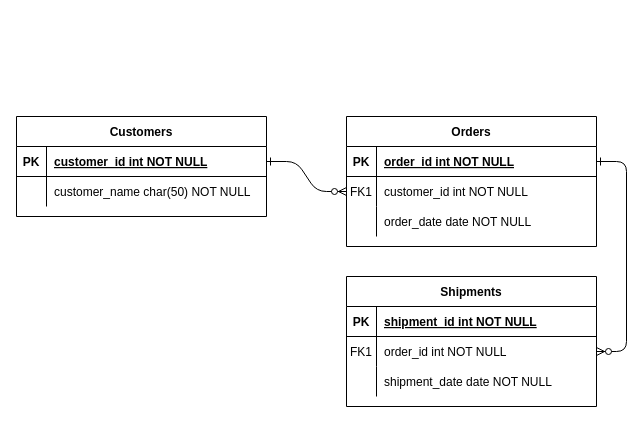
Before: Untitled Diagram.drawio in jumbogan/jumbo, a draw.io diagram. Source tidied: cells renumbered, new cells numbered last; positions are measured from the earlier drawing's top-left corner, leaving out a move shared by most shapes. Both pictures are drawn from the tidied source at 100%, with x=0, y=0 at pixel (16, 116).
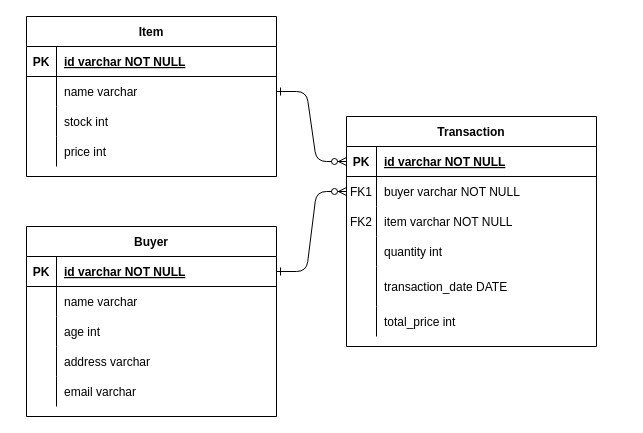
Above is the later version.

The change refers to these unchanged cells:
```xml
<mxCell id="5" style="shape=partialRectangle;fillColor=none;points=[[0,0.5],[1,0.5]];portConstraint=eastwest;top=0;left=0;right=0;bottom=1;" parent="4" vertex="1">
  <mxGeometry y="30" width="250" height="30" as="geometry" />
</mxCell>
<mxCell id="8" style="shape=partialRectangle;fillColor=none;points=[[0,0.5],[1,0.5]];portConstraint=eastwest;top=0;left=0;right=0;bottom=0;" parent="4" vertex="1">
  <mxGeometry y="60" width="250" height="30" as="geometry" />
</mxCell>
<mxCell id="11" style="shape=partialRectangle;fillColor=none;top=0;left=0;right=0;bottom=0;" parent="4" vertex="1">
  <mxGeometry y="90" width="250" height="30" as="geometry" />
</mxCell>
<mxCell id="15" style="shape=partialRectangle;fillColor=none;top=0;left=0;right=0;bottom=1;" parent="14" vertex="1">
  <mxGeometry y="30" width="250" height="30" as="geometry" />
</mxCell>
<mxCell id="18" style="shape=partialRectangle;fillColor=none;points=[[0,0.5],[1,0.5]];portConstraint=eastwest;top=0;left=0;right=0;bottom=0;" parent="14" vertex="1">
  <mxGeometry y="60" width="250" height="30" as="geometry" />
</mxCell>
<mxCell id="21" style="shape=partialRectangle;fillColor=none;top=0;left=0;right=0;bottom=0;" parent="14" vertex="1">
  <mxGeometry y="90" width="250" height="30" as="geometry" />
</mxCell>
```

The edit, as a diff of the source:
```diff
@@
-    <mxCell id="3" style="edgeStyle=entityRelationEdgeStyle;endArrow=ERzeroToMany;startArrow=ERone;endFill=1;startFill=0;" parent="1" edge="1" source="5" target="18">
+    <mxCell id="3" style="edgeStyle=entityRelationEdgeStyle;endArrow=ERone;startArrow=ERzeroToMany;endFill=0;startFill=1;" parent="1" edge="1" source="5" target="18">
       <mxGeometry relative="1" as="geometry" />
     </mxCell>
-    <mxCell id="4" value="Orders" style="shape=table;startSize=30;childLayout=tableLayout;rowLines=0;fontStyle=1;align=center;" parent="1" vertex="1">
-      <mxGeometry x="330" width="250" height="130" as="geometry" />
+    <mxCell id="4" value="Transaction" style="shape=table;startSize=30;childLayout=tableLayout;rowLines=0;fontStyle=1;align=center;" parent="1" vertex="1">
+      <mxGeometry x="330" width="250" height="230" as="geometry" />
     </mxCell>
@@
-    <mxCell id="7" value="order_id int NOT NULL " style="shape=partialRectangle;overflow=hidden;fillColor=none;top=0;left=0;bottom=0;right=0;align=left;spacingLeft=6;fontStyle=5;" parent="5" vertex="1">
+    <mxCell id="7" value="id varchar NOT NULL " style="shape=partialRectangle;overflow=hidden;fillColor=none;top=0;left=0;bottom=0;right=0;align=left;spacingLeft=6;fontStyle=5;" parent="5" vertex="1">
       <mxGeometry x="30" width="220" height="30" as="geometry" />
     </mxCell>
@@
-    <mxCell id="10" value="customer_id int NOT NULL" style="shape=partialRectangle;overflow=hidden;fillColor=none;top=0;left=0;bottom=0;right=0;align=left;spacingLeft=6;" parent="8" vertex="1">
+    <mxCell id="10" value="buyer varchar NOT NULL" style="shape=partialRectangle;overflow=hidden;fillColor=none;top=0;left=0;bottom=0;right=0;align=left;spacingLeft=6;" parent="8" vertex="1">
       <mxGeometry x="30" width="220" height="30" as="geometry" />
     </mxCell>
@@
-    <mxCell id="12" style="shape=partialRectangle;overflow=hidden;fillColor=none;top=0;left=0;bottom=0;right=0;" parent="11" vertex="1">
+    <mxCell id="12" value="FK2" style="shape=partialRectangle;overflow=hidden;fillColor=none;top=0;left=0;bottom=0;right=0;" parent="11" vertex="1">
       <mxGeometry width="30" height="30" as="geometry" />
     </mxCell>
-    <mxCell id="13" value="order_date date NOT NULL" style="shape=partialRectangle;overflow=hidden;fillColor=none;top=0;left=0;bottom=0;right=0;align=left;spacingLeft=6;" parent="11" vertex="1">
+    <mxCell id="13" value="item varchar NOT NULL" style="shape=partialRectangle;overflow=hidden;fillColor=none;top=0;left=0;bottom=0;right=0;align=left;spacingLeft=6;" parent="11" vertex="1">
       <mxGeometry x="30" width="220" height="30" as="geometry" />
     </mxCell>
+    <mxCell id="31" style="shape=partialRectangle;fillColor=none;top=0;left=0;right=0;bottom=0;" parent="4" vertex="1">
+      <mxGeometry y="120" width="250" height="30" as="geometry" />
+    </mxCell>
+    <mxCell id="32" style="shape=partialRectangle;overflow=hidden;fillColor=none;top=0;left=0;bottom=0;right=0;" parent="31" vertex="1">
+      <mxGeometry width="30" height="30" as="geometry" />
+    </mxCell>
+    <mxCell id="33" value="quantity int" style="shape=partialRectangle;overflow=hidden;fillColor=none;top=0;left=0;bottom=0;right=0;align=left;spacingLeft=6;" parent="31" vertex="1">
+      <mxGeometry x="30" width="220" height="30" as="geometry" />
+    </mxCell>
+    <mxCell id="34" style="shape=partialRectangle;fillColor=none;top=0;left=0;right=0;bottom=0;" parent="4" vertex="1">
+      <mxGeometry y="150" width="250" height="40" as="geometry" />
+    </mxCell>
+    <mxCell id="35" style="shape=partialRectangle;overflow=hidden;fillColor=none;top=0;left=0;bottom=0;right=0;" parent="34" vertex="1">
+      <mxGeometry width="30" height="40" as="geometry" />
+    </mxCell>
+    <mxCell id="36" value="transaction_date DATE" style="shape=partialRectangle;overflow=hidden;fillColor=none;top=0;left=0;bottom=0;right=0;align=left;spacingLeft=6;" parent="34" vertex="1">
+      <mxGeometry x="30" width="220" height="40" as="geometry" />
+    </mxCell>
+    <mxCell id="37" style="shape=partialRectangle;fillColor=none;top=0;left=0;right=0;bottom=0;" parent="4" vertex="1">
+      <mxGeometry y="190" width="250" height="30" as="geometry" />
+    </mxCell>
+    <mxCell id="38" style="shape=partialRectangle;overflow=hidden;fillColor=none;top=0;left=0;bottom=0;right=0;" parent="37" vertex="1">
+      <mxGeometry width="30" height="30" as="geometry" />
+    </mxCell>
+    <mxCell id="39" value="total_price int" style="shape=partialRectangle;overflow=hidden;fillColor=none;top=0;left=0;bottom=0;right=0;align=left;spacingLeft=6;" parent="37" vertex="1">
+      <mxGeometry x="30" width="220" height="30" as="geometry" />
+    </mxCell>
+    <mxCell id="24" value="Buyer" style="shape=table;startSize=30;childLayout=tableLayout;rowLines=0;fontStyle=1;align=center;" parent="1" vertex="1">
+      <mxGeometry x="10" y="110" width="250" height="190" as="geometry" />
+    </mxCell>
+    <mxCell id="25" style="shape=partialRectangle;fillColor=none;points=[[0,0.5],[1,0.5]];portConstraint=eastwest;top=0;left=0;right=0;bottom=1;" parent="24" vertex="1">
+      <mxGeometry y="30" width="250" height="30" as="geometry" />
+    </mxCell>
+    <mxCell id="26" value="PK" style="shape=partialRectangle;overflow=hidden;fillColor=none;top=0;left=0;bottom=0;right=0;fontStyle=1;" parent="25" vertex="1">
+      <mxGeometry width="30" height="30" as="geometry" />
+    </mxCell>
+    <mxCell id="27" value="id varchar NOT NULL" style="shape=partialRectangle;overflow=hidden;fillColor=none;top=0;left=0;bottom=0;right=0;align=left;spacingLeft=6;fontStyle=5;" parent="25" vertex="1">
+      <mxGeometry x="30" width="220" height="30" as="geometry" />
+    </mxCell>
+    <mxCell id="28" style="shape=partialRectangle;fillColor=none;top=0;left=0;right=0;bottom=0;" parent="24" vertex="1">
+      <mxGeometry y="60" width="250" height="30" as="geometry" />
+    </mxCell>
+    <mxCell id="29" style="shape=partialRectangle;overflow=hidden;fillColor=none;top=0;left=0;bottom=0;right=0;" parent="28" vertex="1">
+      <mxGeometry width="30" height="30" as="geometry" />
+    </mxCell>
+    <mxCell id="30" value="name varchar" style="shape=partialRectangle;overflow=hidden;fillColor=none;top=0;left=0;bottom=0;right=0;align=left;spacingLeft=6;" parent="28" vertex="1">
+      <mxGeometry x="30" width="220" height="30" as="geometry" />
+    </mxCell>
+    <mxCell id="40" style="shape=partialRectangle;fillColor=none;top=0;left=0;right=0;bottom=0;" parent="24" vertex="1">
+      <mxGeometry y="90" width="250" height="30" as="geometry" />
+    </mxCell>
+    <mxCell id="41" style="shape=partialRectangle;overflow=hidden;fillColor=none;top=0;left=0;bottom=0;right=0;" parent="40" vertex="1">
+      <mxGeometry width="30" height="30" as="geometry" />
+    </mxCell>
+    <mxCell id="42" value="age int" style="shape=partialRectangle;overflow=hidden;fillColor=none;top=0;left=0;bottom=0;right=0;align=left;spacingLeft=6;" parent="40" vertex="1">
+      <mxGeometry x="30" width="220" height="30" as="geometry" />
+    </mxCell>
+    <mxCell id="43" style="shape=partialRectangle;fillColor=none;top=0;left=0;right=0;bottom=0;" parent="24" vertex="1">
+      <mxGeometry y="120" width="250" height="30" as="geometry" />
+    </mxCell>
+    <mxCell id="44" style="shape=partialRectangle;overflow=hidden;fillColor=none;top=0;left=0;bottom=0;right=0;" parent="43" vertex="1">
+      <mxGeometry width="30" height="30" as="geometry" />
+    </mxCell>
+    <mxCell id="45" value="address varchar" style="shape=partialRectangle;overflow=hidden;fillColor=none;top=0;left=0;bottom=0;right=0;align=left;spacingLeft=6;" parent="43" vertex="1">
+      <mxGeometry x="30" width="220" height="30" as="geometry" />
+    </mxCell>
+    <mxCell id="46" style="shape=partialRectangle;fillColor=none;top=0;left=0;right=0;bottom=0;" parent="24" vertex="1">
+      <mxGeometry y="150" width="250" height="30" as="geometry" />
+    </mxCell>
+    <mxCell id="47" style="shape=partialRectangle;overflow=hidden;fillColor=none;top=0;left=0;bottom=0;right=0;" parent="46" vertex="1">
+      <mxGeometry width="30" height="30" as="geometry" />
+    </mxCell>
+    <mxCell id="48" value="email varchar" style="shape=partialRectangle;overflow=hidden;fillColor=none;top=0;left=0;bottom=0;right=0;align=left;spacingLeft=6;" parent="46" vertex="1">
+      <mxGeometry x="30" width="220" height="30" as="geometry" />
+    </mxCell>
-    <mxCell id="14" value="Shipments" style="shape=table;startSize=30;childLayout=tableLayout;rowLines=0;fontStyle=1;align=center;" parent="1" vertex="1">
-      <mxGeometry x="330" y="160" width="250" height="130" as="geometry" />
+    <mxCell id="14" value="Item" style="shape=table;startSize=30;childLayout=tableLayout;rowLines=0;fontStyle=1;align=center;" parent="1" vertex="1">
+      <mxGeometry x="10" y="-100" width="250" height="160" as="geometry" />
     </mxCell>
@@
-    <mxCell id="17" value="shipment_id int NOT NULL " style="shape=partialRectangle;overflow=hidden;fillColor=none;top=0;left=0;bottom=0;right=0;align=left;spacingLeft=6;fontStyle=5;" parent="15" vertex="1">
+    <mxCell id="17" value="id varchar NOT NULL " style="shape=partialRectangle;overflow=hidden;fillColor=none;top=0;left=0;bottom=0;right=0;align=left;spacingLeft=6;fontStyle=5;" parent="15" vertex="1">
       <mxGeometry x="30" width="220" height="30" as="geometry" />
     </mxCell>
@@
-    <mxCell id="19" value="FK1" style="shape=partialRectangle;overflow=hidden;fillColor=none;top=0;left=0;bottom=0;right=0;" parent="18" vertex="1">
+    <mxCell id="19" style="shape=partialRectangle;overflow=hidden;fillColor=none;top=0;left=0;bottom=0;right=0;" parent="18" vertex="1">
       <mxGeometry width="30" height="30" as="geometry" />
     </mxCell>
-    <mxCell id="20" value="order_id int NOT NULL" style="shape=partialRectangle;overflow=hidden;fillColor=none;top=0;left=0;bottom=0;right=0;align=left;spacingLeft=6;" parent="18" vertex="1">
+    <mxCell id="20" value="name varchar" style="shape=partialRectangle;overflow=hidden;fillColor=none;top=0;left=0;bottom=0;right=0;align=left;spacingLeft=6;" parent="18" vertex="1">
       <mxGeometry x="30" width="220" height="30" as="geometry" />
     </mxCell>
@@
-    <mxCell id="23" value="shipment_date date NOT NULL" style="shape=partialRectangle;overflow=hidden;fillColor=none;top=0;left=0;bottom=0;right=0;align=left;spacingLeft=6;" parent="21" vertex="1">
+    <mxCell id="23" value="stock int" style="shape=partialRectangle;overflow=hidden;fillColor=none;top=0;left=0;bottom=0;right=0;align=left;spacingLeft=6;" parent="21" vertex="1">
       <mxGeometry x="30" width="220" height="30" as="geometry" />
     </mxCell>
-    <mxCell id="24" value="Customers" style="shape=table;startSize=30;childLayout=tableLayout;rowLines=0;fontStyle=1;align=center;" parent="1" vertex="1">
-      <mxGeometry width="250" height="100" as="geometry" />
-    </mxCell>
-    <mxCell id="25" style="shape=partialRectangle;fillColor=none;points=[[0,0.5],[1,0.5]];portConstraint=eastwest;top=0;left=0;right=0;bottom=1;" parent="24" vertex="1">
-      <mxGeometry y="30" width="250" height="30" as="geometry" />
-    </mxCell>
-    <mxCell id="26" value="PK" style="shape=partialRectangle;overflow=hidden;fillColor=none;top=0;left=0;bottom=0;right=0;fontStyle=1;" parent="25" vertex="1">
-      <mxGeometry width="30" height="30" as="geometry" />
-    </mxCell>
-    <mxCell id="27" value="customer_id int NOT NULL " style="shape=partialRectangle;overflow=hidden;fillColor=none;top=0;left=0;bottom=0;right=0;align=left;spacingLeft=6;fontStyle=5;" parent="25" vertex="1">
-      <mxGeometry x="30" width="220" height="30" as="geometry" />
-    </mxCell>
-    <mxCell id="28" style="shape=partialRectangle;fillColor=none;top=0;left=0;right=0;bottom=0;" parent="24" vertex="1">
-      <mxGeometry y="60" width="250" height="30" as="geometry" />
-    </mxCell>
-    <mxCell id="29" style="shape=partialRectangle;overflow=hidden;fillColor=none;top=0;left=0;bottom=0;right=0;" parent="28" vertex="1">
-      <mxGeometry width="30" height="30" as="geometry" />
-    </mxCell>
-    <mxCell id="30" value="customer_name char(50) NOT NULL" style="shape=partialRectangle;overflow=hidden;fillColor=none;top=0;left=0;bottom=0;right=0;align=left;spacingLeft=6;" parent="28" vertex="1">
-      <mxGeometry x="30" width="220" height="30" as="geometry" />
-    </mxCell>
+    <mxCell id="49" style="shape=partialRectangle;fillColor=none;top=0;left=0;right=0;bottom=0;" parent="14" vertex="1">
+      <mxGeometry y="120" width="250" height="30" as="geometry" />
+    </mxCell>
+    <mxCell id="50" style="shape=partialRectangle;overflow=hidden;fillColor=none;top=0;left=0;bottom=0;right=0;" parent="49" vertex="1">
+      <mxGeometry width="30" height="30" as="geometry" />
+    </mxCell>
+    <mxCell id="51" value="price int" style="shape=partialRectangle;overflow=hidden;fillColor=none;top=0;left=0;bottom=0;right=0;align=left;spacingLeft=6;" parent="49" vertex="1">
+      <mxGeometry x="30" width="220" height="30" as="geometry" />
+    </mxCell>
```
